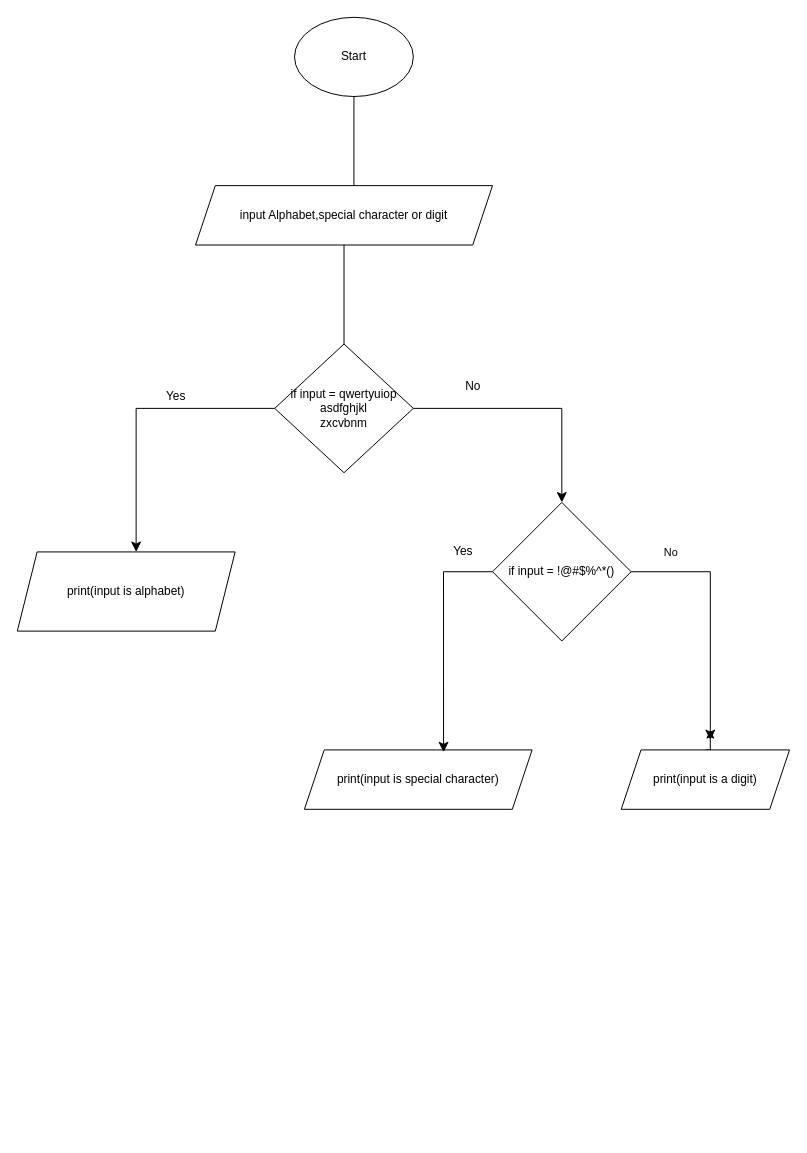
ArslanBashirBhat/Assingments-Python keeps this draw.io diagram as alphabet_spchar_digit.drawio. Above is the earlier version. Source tidied: cells renumbered, new cells numbered last; positions are measured from the earlier drawing's top-left corner, leaving out a move shared by most shapes. Both pictures are drawn from the tidied source at 99%, with x=0, y=0 at pixel (17, 17).
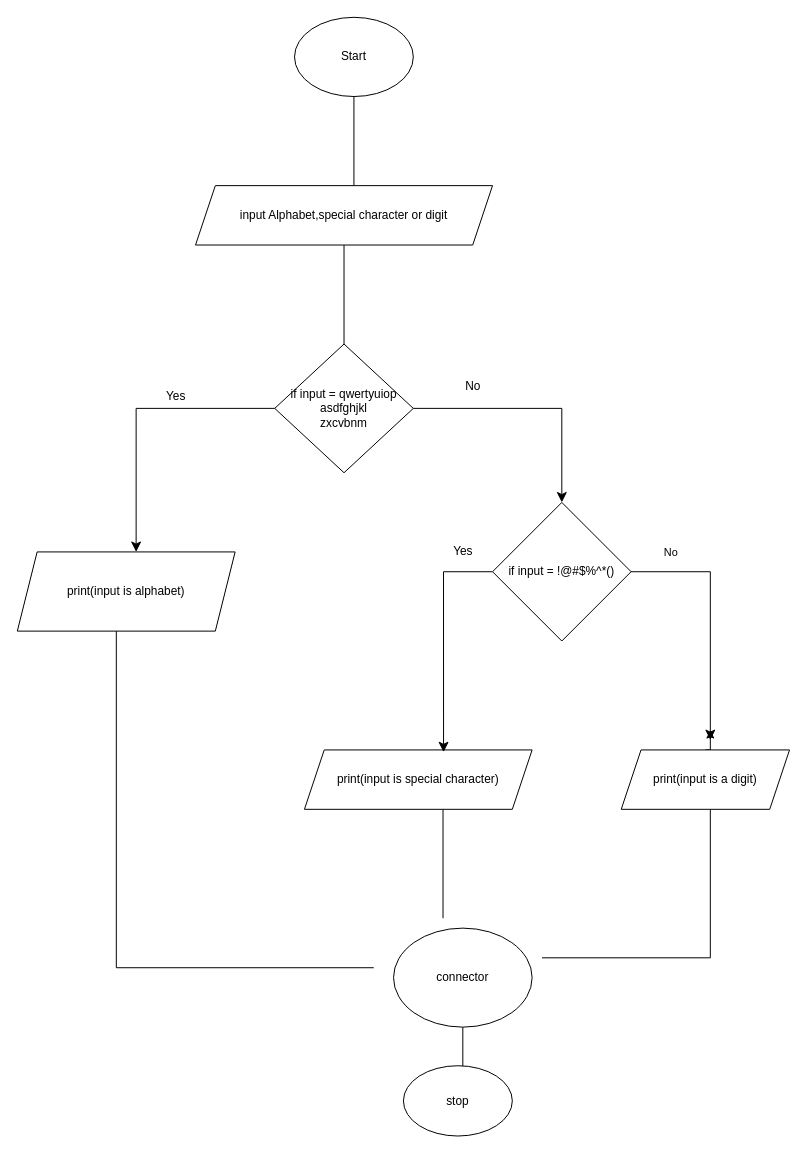
After the change.

Diff of the diagram source:
```diff
@@
+    <mxCell id="22" style="endArrow=none;html=1;rounded=0;" parent="1" edge="1">
+      <mxGeometry relative="1" as="geometry">
+        <mxPoint x="100" y="960" as="sourcePoint" />
+        <mxPoint x="100" y="620" as="targetPoint" />
+      </mxGeometry>
+    </mxCell>
+    <mxCell id="23" style="endArrow=none;html=1;rounded=0;" parent="1" edge="1">
+      <mxGeometry relative="1" as="geometry">
+        <mxPoint x="100" y="960" as="sourcePoint" />
+        <mxPoint x="360" y="960" as="targetPoint" />
+      </mxGeometry>
+    </mxCell>
+    <mxCell id="24" style="endArrow=none;html=1;rounded=0;" parent="1" edge="1">
+      <mxGeometry relative="1" as="geometry">
+        <mxPoint x="430" y="910" as="sourcePoint" />
+        <mxPoint x="430" y="800" as="targetPoint" />
+      </mxGeometry>
+    </mxCell>
+    <mxCell id="25" style="endArrow=none;html=1;rounded=0;" parent="1" edge="1">
+      <mxGeometry relative="1" as="geometry">
+        <mxPoint x="700" y="950" as="sourcePoint" />
+        <mxPoint x="700" y="800" as="targetPoint" />
+      </mxGeometry>
+    </mxCell>
+    <mxCell id="26" style="endArrow=none;html=1;rounded=0;" parent="1" edge="1">
+      <mxGeometry relative="1" as="geometry">
+        <mxPoint x="530" y="950" as="sourcePoint" />
+        <mxPoint x="700" y="950" as="targetPoint" />
+      </mxGeometry>
+    </mxCell>
+    <mxCell id="27" value="connector" style="ellipse;whiteSpace=wrap;html=1;" parent="1" vertex="1">
+      <mxGeometry x="380" y="920" width="140" height="100" as="geometry" />
+    </mxCell>
+    <mxCell id="28" style="endArrow=none;html=1;rounded=0;" parent="1" edge="1">
+      <mxGeometry relative="1" as="geometry">
+        <mxPoint x="450" y="1060" as="sourcePoint" />
+        <mxPoint x="450" y="1020" as="targetPoint" />
+      </mxGeometry>
+    </mxCell>
+    <mxCell id="29" value="stop" style="ellipse;whiteSpace=wrap;html=1;" parent="1" vertex="1">
+      <mxGeometry x="390" y="1059" width="110" height="71" as="geometry" />
+    </mxCell>
```
